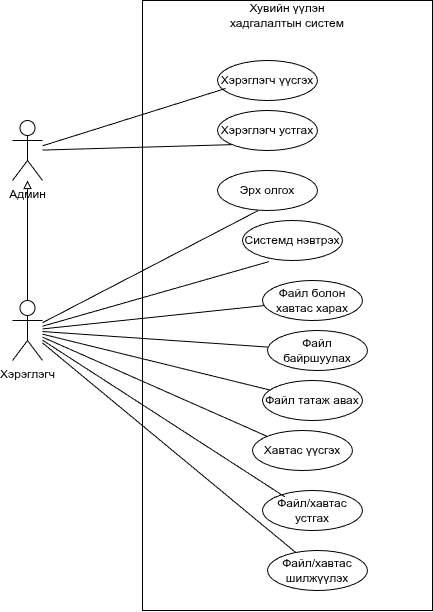
Before: Figures/chapter2/usecase.png, a diagram exported from draw.io (altai861/diploma-latex). Source tidied: cells renumbered, new cells last; positions are measured from the earlier drawing's top-left corner, leaving out a move shared by most shapes. Its diagram source:
```xml
<mxGraphModel>
  <root>
    <mxCell id="0" />
    <mxCell id="1" parent="0" />
    <mxCell id="2" style="rounded=0;whiteSpace=wrap;html=1;" parent="1" vertex="1">
      <mxGeometry x="130" width="290" height="610" as="geometry" />
    </mxCell>
    <mxCell id="3" value="Хувийн үүлэн хадгалалтын систем" style="text;html=1;whiteSpace=wrap;strokeColor=none;fillColor=none;align=center;verticalAlign=middle;rounded=0;" parent="1" vertex="1">
      <mxGeometry x="210" width="130" height="30" as="geometry" />
    </mxCell>
    <mxCell id="4" style="rounded=0;jettySize=auto;html=1;entryX=0;entryY=1;entryDx=0;entryDy=0;endArrow=none;endFill=0;" parent="1" edge="1" source="5" target="13">
      <mxGeometry relative="1" as="geometry" />
    </mxCell>
    <mxCell id="5" value="Админ" style="shape=umlActor;verticalLabelPosition=bottom;verticalAlign=top;html=1;outlineConnect=0;" parent="1" vertex="1">
      <mxGeometry y="120" width="30" height="60" as="geometry" />
    </mxCell>
    <mxCell id="6" style="rounded=0;jettySize=auto;html=1;entryX=0.405;entryY=1.004;entryDx=0;entryDy=0;entryPerimeter=0;endArrow=none;endFill=0;" parent="1" edge="1" source="11" target="14">
      <mxGeometry relative="1" as="geometry" />
    </mxCell>
    <mxCell id="7" style="rounded=0;jettySize=auto;html=1;entryX=0.266;entryY=1.027;entryDx=0;entryDy=0;entryPerimeter=0;endArrow=none;endFill=0;" parent="1" edge="1" source="11" target="15">
      <mxGeometry relative="1" as="geometry" />
    </mxCell>
    <mxCell id="8" style="rounded=0;jettySize=auto;html=1;endArrow=none;endFill=0;" parent="1" edge="1" source="11" target="16">
      <mxGeometry relative="1" as="geometry" />
    </mxCell>
    <mxCell id="9" style="rounded=0;jettySize=auto;html=1;endArrow=none;endFill=0;" parent="1" edge="1" source="11" target="18">
      <mxGeometry relative="1" as="geometry" />
    </mxCell>
    <mxCell id="10" style="rounded=0;jettySize=auto;html=1;endArrow=none;endFill=0;" parent="1" edge="1" source="11" target="21">
      <mxGeometry relative="1" as="geometry" />
    </mxCell>
    <mxCell id="11" value="Хэрэглэгч" style="shape=umlActor;verticalLabelPosition=bottom;verticalAlign=top;html=1;outlineConnect=0;" parent="1" vertex="1">
      <mxGeometry y="300" width="30" height="60" as="geometry" />
    </mxCell>
    <mxCell id="12" value="Хэрэглэгч үүсгэх" style="ellipse;whiteSpace=wrap;html=1;" parent="1" vertex="1">
      <mxGeometry x="205" y="60" width="100" height="40" as="geometry" />
    </mxCell>
    <mxCell id="13" value="Хэрэглэгч устгах" style="ellipse;whiteSpace=wrap;html=1;" parent="1" vertex="1">
      <mxGeometry x="205" y="110" width="100" height="40" as="geometry" />
    </mxCell>
    <mxCell id="14" value="Эрх олгох" style="ellipse;whiteSpace=wrap;html=1;" parent="1" vertex="1">
      <mxGeometry x="205" y="170" width="100" height="40" as="geometry" />
    </mxCell>
    <mxCell id="15" value="Системд нэвтрэх" style="ellipse;whiteSpace=wrap;html=1;" parent="1" vertex="1">
      <mxGeometry x="230" y="220" width="100" height="40" as="geometry" />
    </mxCell>
    <mxCell id="16" value="Файл болон хавтас харах" style="ellipse;whiteSpace=wrap;html=1;" parent="1" vertex="1">
      <mxGeometry x="250" y="280" width="100" height="40" as="geometry" />
    </mxCell>
    <mxCell id="17" value="Файл байршуулах" style="ellipse;whiteSpace=wrap;html=1;" parent="1" vertex="1">
      <mxGeometry x="255" y="330" width="100" height="40" as="geometry" />
    </mxCell>
    <mxCell id="18" value="Файл татаж авах" style="ellipse;whiteSpace=wrap;html=1;" parent="1" vertex="1">
      <mxGeometry x="250" y="380" width="100" height="40" as="geometry" />
    </mxCell>
    <mxCell id="19" value="Хавтас үүсгэх" style="ellipse;whiteSpace=wrap;html=1;" parent="1" vertex="1">
      <mxGeometry x="240" y="430" width="100" height="40" as="geometry" />
    </mxCell>
    <mxCell id="20" value="Файл/хавтас устгах" style="ellipse;whiteSpace=wrap;html=1;" parent="1" vertex="1">
      <mxGeometry x="250" y="490" width="100" height="40" as="geometry" />
    </mxCell>
    <mxCell id="21" value="Файл/хавтас шилжүүлэх" style="ellipse;whiteSpace=wrap;html=1;" parent="1" vertex="1">
      <mxGeometry x="255" y="550" width="100" height="40" as="geometry" />
    </mxCell>
    <mxCell id="22" style="rounded=0;jettySize=auto;html=1;entryX=0.081;entryY=0.699;entryDx=0;entryDy=0;entryPerimeter=0;endArrow=none;endFill=0;" parent="1" edge="1" source="5" target="12">
      <mxGeometry relative="1" as="geometry" />
    </mxCell>
    <mxCell id="23" style="rounded=0;jettySize=auto;html=1;endArrow=none;endFill=0;" parent="1" edge="1" source="11" target="17">
      <mxGeometry relative="1" as="geometry" />
    </mxCell>
    <mxCell id="24" style="rounded=0;jettySize=auto;html=1;entryX=0;entryY=0;entryDx=0;entryDy=0;endArrow=none;endFill=0;" parent="1" edge="1" source="11" target="19">
      <mxGeometry relative="1" as="geometry" />
    </mxCell>
    <mxCell id="25" style="rounded=0;jettySize=auto;html=1;entryX=0.223;entryY=0.157;entryDx=0;entryDy=0;entryPerimeter=0;endArrow=none;endFill=0;" parent="1" edge="1" source="11" target="20">
      <mxGeometry relative="1" as="geometry" />
    </mxCell>
    <mxCell id="26" style="edgeStyle=orthogonalEdgeStyle;rounded=0;jettySize=auto;html=1;entryX=0.5;entryY=0;entryDx=0;entryDy=0;entryPerimeter=0;endArrow=none;endFill=0;startArrow=block;startFill=0;" parent="1" edge="1" source="5" target="11">
      <mxGeometry relative="1" as="geometry" />
    </mxCell>
  </root>
</mxGraphModel>
```
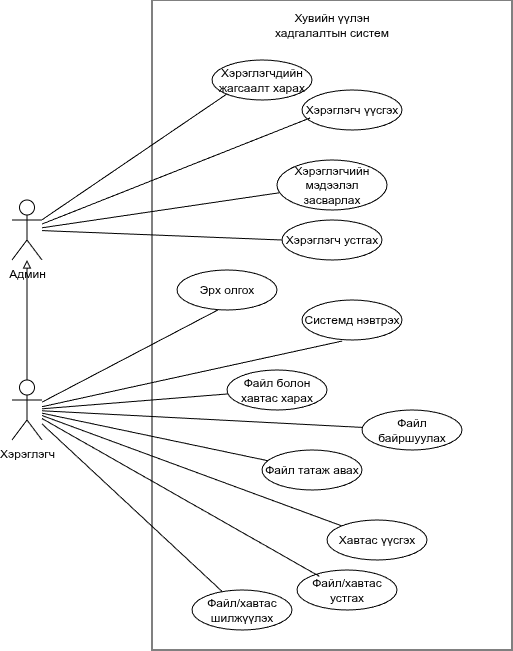
The same diagram one commit later.

Change to the diagram source:
```diff
@@ -3,21 +3,27 @@
     <mxCell id="0" />
     <mxCell id="1" parent="0" />
     <mxCell id="2" style="rounded=0;whiteSpace=wrap;html=1;" parent="1" vertex="1">
-      <mxGeometry x="130" width="290" height="610" as="geometry" />
+      <mxGeometry x="130" width="360" height="650" as="geometry" />
     </mxCell>
     <mxCell id="3" value="Хувийн үүлэн хадгалалтын систем" style="text;html=1;whiteSpace=wrap;strokeColor=none;fillColor=none;align=center;verticalAlign=middle;rounded=0;" parent="1" vertex="1">
-      <mxGeometry x="210" width="130" height="30" as="geometry" />
+      <mxGeometry x="245" y="10" width="130" height="30" as="geometry" />
     </mxCell>
-    <mxCell id="4" style="rounded=0;jettySize=auto;html=1;entryX=0;entryY=1;entryDx=0;entryDy=0;endArrow=none;endFill=0;" parent="1" edge="1" source="5" target="13">
+    <mxCell id="4" style="rounded=0;jettySize=auto;html=1;entryX=0;entryY=0.5;entryDx=0;entryDy=0;endArrow=none;endFill=0;" parent="1" edge="1" source="5" target="13">
       <mxGeometry relative="1" as="geometry" />
     </mxCell>
+    <mxCell id="27" style="rounded=0;jettySize=auto;html=1;entryX=0;entryY=1;entryDx=0;entryDy=0;endArrow=none;endFill=0;" parent="1" edge="1" source="5" target="29">
+      <mxGeometry relative="1" as="geometry" />
+    </mxCell>
+    <mxCell id="28" style="rounded=0;jettySize=auto;html=1;endArrow=none;endFill=0;" parent="1" edge="1" source="5" target="30">
+      <mxGeometry relative="1" as="geometry" />
+    </mxCell>
     <mxCell id="5" value="Админ" style="shape=umlActor;verticalLabelPosition=bottom;verticalAlign=top;html=1;outlineConnect=0;" parent="1" vertex="1">
-      <mxGeometry y="120" width="30" height="60" as="geometry" />
+      <mxGeometry x="-10" y="200" width="30" height="60" as="geometry" />
     </mxCell>
     <mxCell id="6" style="rounded=0;jettySize=auto;html=1;entryX=0.405;entryY=1.004;entryDx=0;entryDy=0;entryPerimeter=0;endArrow=none;endFill=0;" parent="1" edge="1" source="11" target="14">
       <mxGeometry relative="1" as="geometry" />
     </mxCell>
-    <mxCell id="7" style="rounded=0;jettySize=auto;html=1;entryX=0.266;entryY=1.027;entryDx=0;entryDy=0;entryPerimeter=0;endArrow=none;endFill=0;" parent="1" edge="1" source="11" target="15">
+    <mxCell id="7" style="rounded=0;jettySize=auto;html=1;entryX=0.4;entryY=1.027;entryDx=0;entryDy=0;entryPerimeter=0;endArrow=none;endFill=0;" parent="1" edge="1" source="11" target="15">
       <mxGeometry relative="1" as="geometry" />
     </mxCell>
     <mxCell id="8" style="rounded=0;jettySize=auto;html=1;endArrow=none;endFill=0;" parent="1" edge="1" source="11" target="16">
@@ -30,37 +36,37 @@
       <mxGeometry relative="1" as="geometry" />
     </mxCell>
     <mxCell id="11" value="Хэрэглэгч" style="shape=umlActor;verticalLabelPosition=bottom;verticalAlign=top;html=1;outlineConnect=0;" parent="1" vertex="1">
-      <mxGeometry y="300" width="30" height="60" as="geometry" />
+      <mxGeometry x="-10" y="380" width="30" height="60" as="geometry" />
     </mxCell>
     <mxCell id="12" value="Хэрэглэгч үүсгэх" style="ellipse;whiteSpace=wrap;html=1;" parent="1" vertex="1">
-      <mxGeometry x="205" y="60" width="100" height="40" as="geometry" />
+      <mxGeometry x="280" y="90" width="100" height="40" as="geometry" />
     </mxCell>
     <mxCell id="13" value="Хэрэглэгч устгах" style="ellipse;whiteSpace=wrap;html=1;" parent="1" vertex="1">
-      <mxGeometry x="205" y="110" width="100" height="40" as="geometry" />
+      <mxGeometry x="260" y="220" width="100" height="40" as="geometry" />
     </mxCell>
     <mxCell id="14" value="Эрх олгох" style="ellipse;whiteSpace=wrap;html=1;" parent="1" vertex="1">
-      <mxGeometry x="205" y="170" width="100" height="40" as="geometry" />
+      <mxGeometry x="155" y="270" width="100" height="40" as="geometry" />
     </mxCell>
     <mxCell id="15" value="Системд нэвтрэх" style="ellipse;whiteSpace=wrap;html=1;" parent="1" vertex="1">
-      <mxGeometry x="230" y="220" width="100" height="40" as="geometry" />
+      <mxGeometry x="280" y="300" width="100" height="40" as="geometry" />
     </mxCell>
     <mxCell id="16" value="Файл болон хавтас харах" style="ellipse;whiteSpace=wrap;html=1;" parent="1" vertex="1">
-      <mxGeometry x="250" y="280" width="100" height="40" as="geometry" />
+      <mxGeometry x="205" y="370" width="100" height="40" as="geometry" />
     </mxCell>
     <mxCell id="17" value="Файл байршуулах" style="ellipse;whiteSpace=wrap;html=1;" parent="1" vertex="1">
-      <mxGeometry x="255" y="330" width="100" height="40" as="geometry" />
+      <mxGeometry x="340" y="410" width="100" height="40" as="geometry" />
     </mxCell>
     <mxCell id="18" value="Файл татаж авах" style="ellipse;whiteSpace=wrap;html=1;" parent="1" vertex="1">
-      <mxGeometry x="250" y="380" width="100" height="40" as="geometry" />
+      <mxGeometry x="240" y="450" width="100" height="40" as="geometry" />
     </mxCell>
     <mxCell id="19" value="Хавтас үүсгэх" style="ellipse;whiteSpace=wrap;html=1;" parent="1" vertex="1">
-      <mxGeometry x="240" y="430" width="100" height="40" as="geometry" />
+      <mxGeometry x="305" y="520" width="100" height="40" as="geometry" />
     </mxCell>
     <mxCell id="20" value="Файл/хавтас устгах" style="ellipse;whiteSpace=wrap;html=1;" parent="1" vertex="1">
-      <mxGeometry x="250" y="490" width="100" height="40" as="geometry" />
+      <mxGeometry x="275" y="570" width="100" height="40" as="geometry" />
     </mxCell>
     <mxCell id="21" value="Файл/хавтас шилжүүлэх" style="ellipse;whiteSpace=wrap;html=1;" parent="1" vertex="1">
-      <mxGeometry x="255" y="550" width="100" height="40" as="geometry" />
+      <mxGeometry x="170" y="590" width="100" height="40" as="geometry" />
     </mxCell>
     <mxCell id="22" style="rounded=0;jettySize=auto;html=1;entryX=0.081;entryY=0.699;entryDx=0;entryDy=0;entryPerimeter=0;endArrow=none;endFill=0;" parent="1" edge="1" source="5" target="12">
       <mxGeometry relative="1" as="geometry" />
@@ -77,5 +83,11 @@
     <mxCell id="26" style="edgeStyle=orthogonalEdgeStyle;rounded=0;jettySize=auto;html=1;entryX=0.5;entryY=0;entryDx=0;entryDy=0;entryPerimeter=0;endArrow=none;endFill=0;startArrow=block;startFill=0;" parent="1" edge="1" source="5" target="11">
       <mxGeometry relative="1" as="geometry" />
     </mxCell>
+    <mxCell id="29" value="Хэрэглэгчдийн жагсаалт харах" style="ellipse;whiteSpace=wrap;html=1;" parent="1" vertex="1">
+      <mxGeometry x="190" y="60" width="100" height="40" as="geometry" />
+    </mxCell>
+    <mxCell id="30" value="Хэрэглэгчийн мэдээлэл засварлах" style="ellipse;whiteSpace=wrap;html=1;" parent="1" vertex="1">
+      <mxGeometry x="255" y="160" width="110" height="50" as="geometry" />
+    </mxCell>
   </root>
 </mxGraphModel>
```
